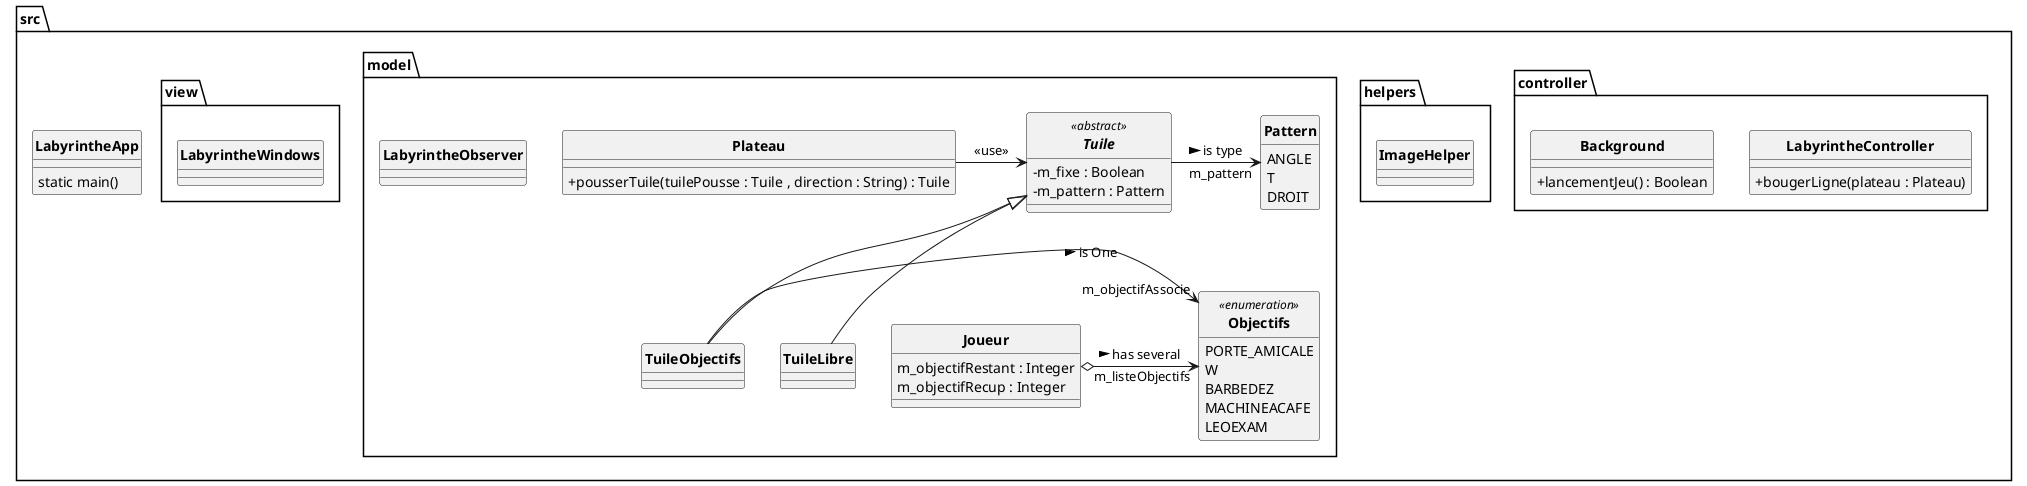
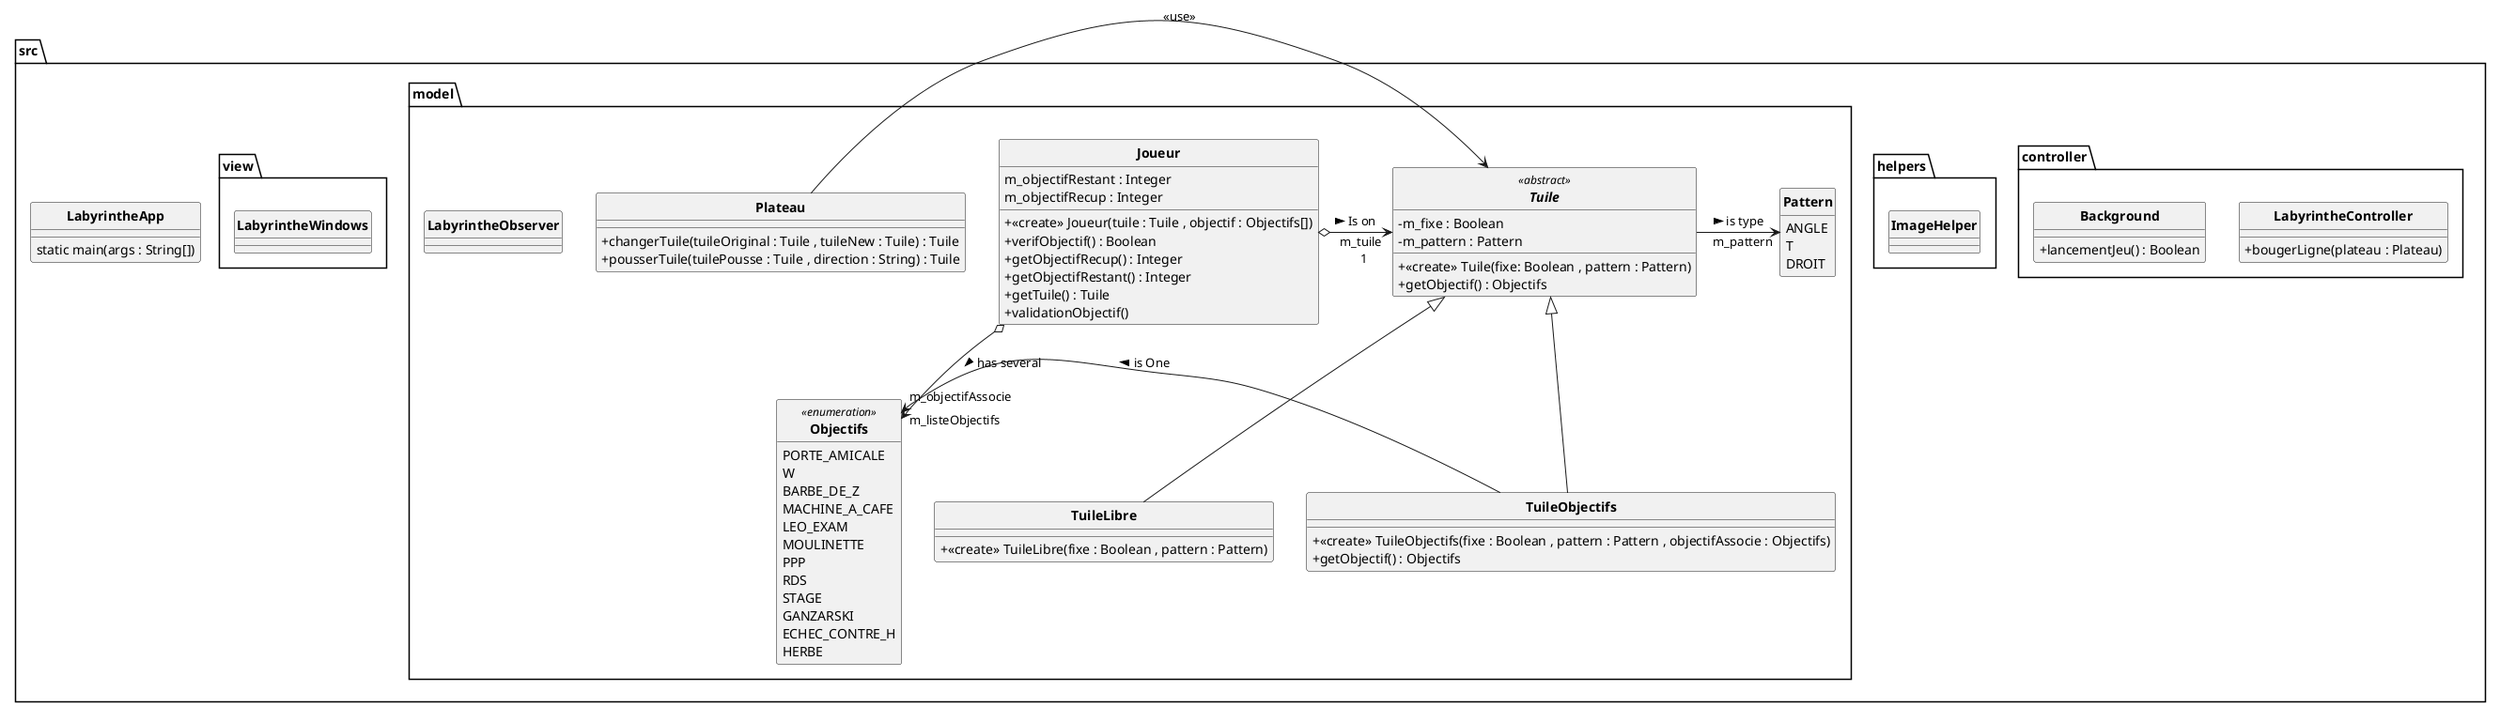
@startuml
'https://plantuml.com/class-diagram

skinparam style strictuml
skinparam classAttributeIconSize 0
skinparam classFontStyle Bold
hide enum methods


package src{
    class LabyrintheApp{
-         static main()
+         static main(args : String[])
    }

    package controller{
        class LabyrintheController{
        + bougerLigne(plateau : Plateau)
        }
        class Background{
        + lancementJeu() : Boolean
        }
    }
    package helpers{
        class ImageHelper{

        }
    }
    package model{
        class Plateau{
- 
+             + changerTuile(tuileOriginal : Tuile , tuileNew : Tuile) : Tuile
            + pousserTuile(tuilePousse : Tuile , direction : String) : Tuile
        }
+ 
        abstract class Tuile <<abstract>>{
        - m_fixe : Boolean
        - m_pattern : Pattern
+         + <<create>> Tuile(fixe: Boolean , pattern : Pattern)
+         + getObjectif() : Objectifs
        }
+ 
        enum Pattern{
        ANGLE
        T
        DROIT
        }
+ 
        class TuileObjectifs extends Tuile{
- 
+             + <<create>> TuileObjectifs(fixe : Boolean , pattern : Pattern , objectifAssocie : Objectifs)
+             + getObjectif() : Objectifs
        }
-         class TuileLibre extends Tuile{}
+         class TuileLibre extends Tuile{
+             + <<create>> TuileLibre(fixe : Boolean , pattern : Pattern)
+         }
        class LabyrintheObserver{
        }
        enum Objectifs <<enumeration>>{
            PORTE_AMICALE
            W
-             BARBEDEZ
-             MACHINEACAFE
-             LEOEXAM
+             BARBE_DE_Z
+             MACHINE_A_CAFE
+             LEO_EXAM
+             MOULINETTE
+             PPP
+             RDS
+             STAGE
+             GANZARSKI
+             ECHEC_CONTRE_H
+             HERBE
        }

        class Joueur{
            m_objectifRestant : Integer
            m_objectifRecup : Integer
+             + <<create>> Joueur(tuile : Tuile , objectif : Objectifs[])
+             + verifObjectif() : Boolean
+             + getObjectifRecup() : Integer
+             + getObjectifRestant() : Integer
+             + getTuile() : Tuile
+             + validationObjectif()
        }
+ 
        TuileObjectifs -> "m_objectifAssocie" Objectifs : > is One
        Joueur o-> "m_listeObjectifs" Objectifs : > has several
+         Joueur o-> "m_tuile \n 1" Tuile : > Is on
        Tuile -> "m_pattern" Pattern : > is type
        Plateau -> Tuile :  <<use>>

    }
    package view{
        class LabyrintheWindows{}

    }

}

@enduml